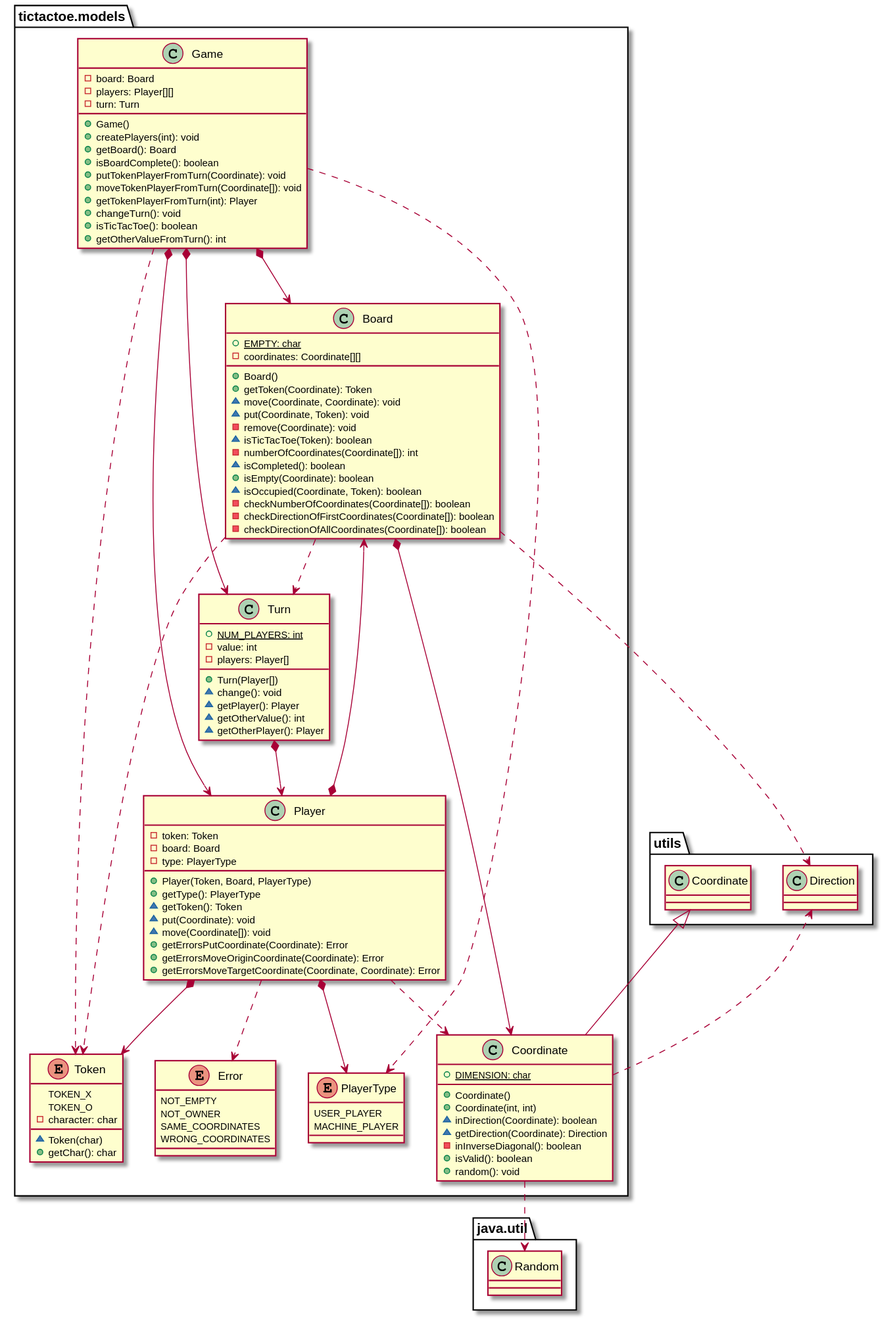
Before: docs/build/docs/asciidoc/images/tictactoeModelsVersion3.svg, a diagram exported from PlantUML (x-USantaTecla-game-ticTacToe/java).
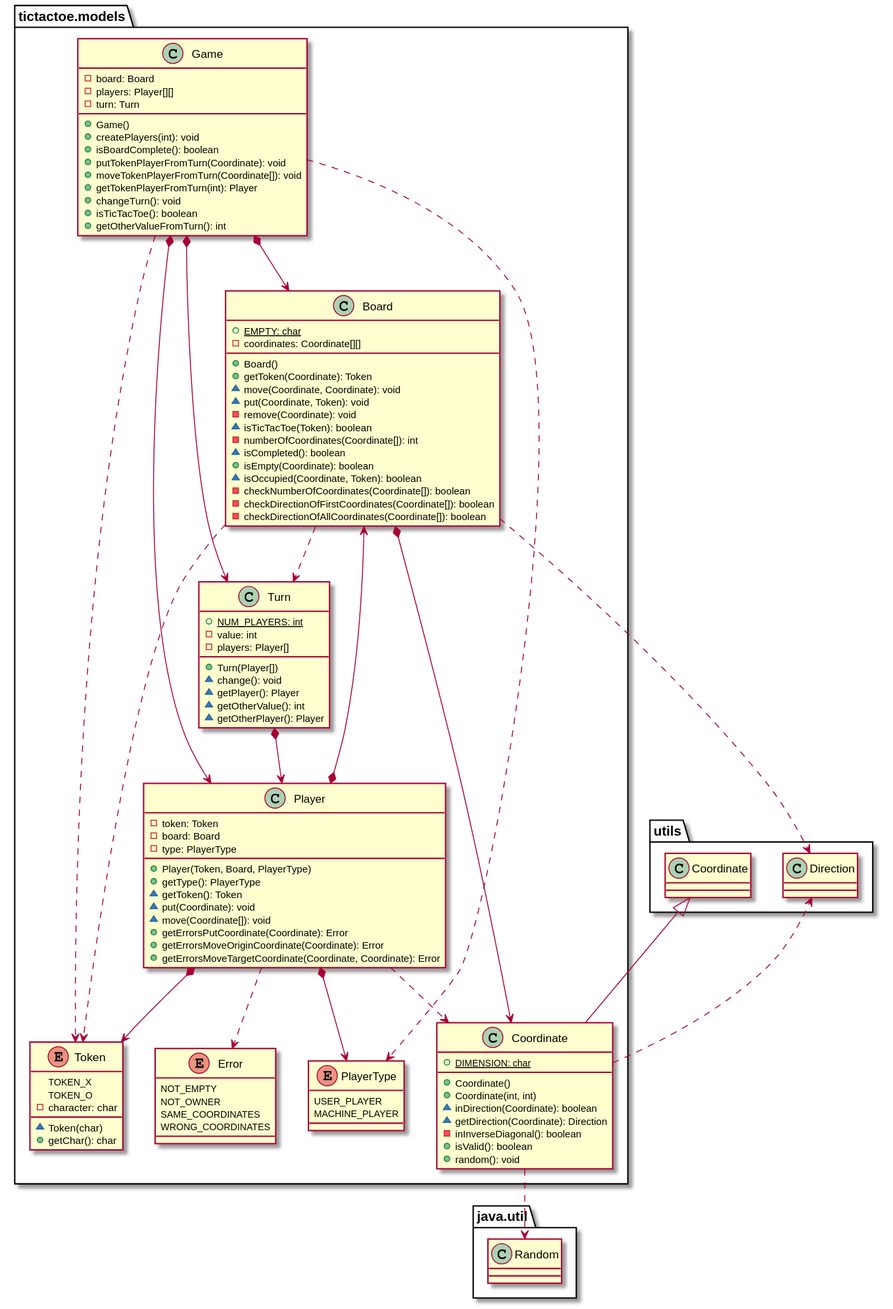
The same diagram one commit later.

The edit, as a diff of the source:
```diff
@@ -49,7 +49,6 @@
 - turn: Turn
 + Game()
 + createPlayers(int): void
-+ getBoard(): Board
 + isBoardComplete(): boolean
 + putTokenPlayerFromTurn(Coordinate): void
 + moveTokenPlayerFromTurn(Coordinate[]): void
```
